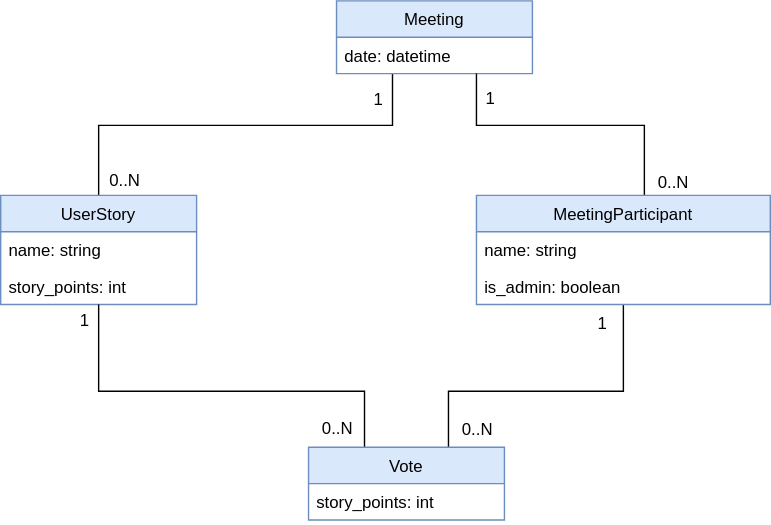
Above: scrum-poker/docs/UML.svg in lotcz/nova-nette-presentation (draw.io), before the change. Source tidied: cells renumbered, new cells last; positions are measured from the earlier drawing's top-left corner, leaving out a move shared by most shapes.
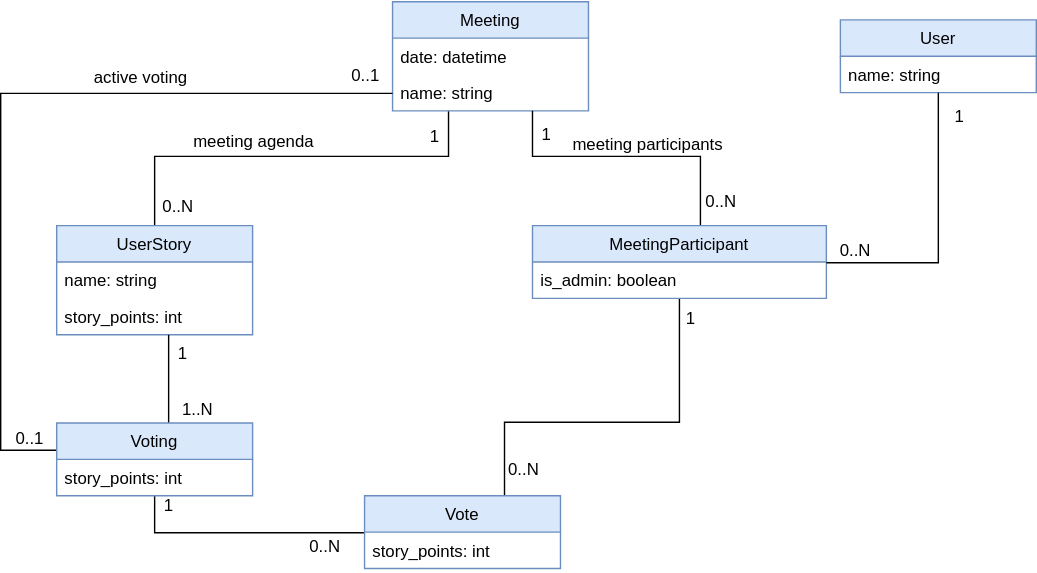
The same diagram one commit later.

Commit message:
use cases and wireframes

Diff of the diagram source:
```diff
@@ -5,14 +5,14 @@
     <mxCell id="2" style="edgeStyle=orthogonalEdgeStyle;rounded=0;jettySize=auto;html=1;endArrow=none;endFill=0;" parent="1" edge="1" source="5" target="16">
       <mxGeometry relative="1" as="geometry">
         <Array as="points">
-          <mxPoint x="70" y="89" />
-          <mxPoint x="280" y="89" />
+          <mxPoint x="10" y="105.5" />
+          <mxPoint x="220" y="105.5" />
         </Array>
       </mxGeometry>
     </mxCell>
     <mxCell id="3" value="0..N" style="text;html=1;align=center;verticalAlign=middle;labelBackgroundColor=#ffffff;" parent="2" vertex="1">
       <mxGeometry x="-0.71" relative="1" as="geometry">
-        <mxPoint x="18" y="32.5" as="offset" />
+        <mxPoint x="16" y="27.5" as="offset" />
       </mxGeometry>
     </mxCell>
     <mxCell id="4" value="1" style="text;html=1;align=center;verticalAlign=middle;labelBackgroundColor=#ffffff;" parent="2" vertex="1">
@@ -20,8 +20,13 @@
         <mxPoint x="-11" y="-8.5" as="offset" />
       </mxGeometry>
     </mxCell>
+    <mxCell id="24" value="meeting agenda" style="text;html=1;align=center;verticalAlign=middle;labelBackgroundColor=#ffffff;" parent="2" vertex="1">
+      <mxGeometry x="0.18" y="-3" relative="1" as="geometry">
+        <mxPoint x="-52" y="-15" as="offset" />
+      </mxGeometry>
+    </mxCell>
     <mxCell id="5" value="UserStory" style="swimlane;fontStyle=0;horizontal=1;startSize=26;fillColor=#dae8fc;strokeColor=#6c8ebf;" parent="1" vertex="1">
-      <mxGeometry y="139" width="140" height="78" as="geometry" />
+      <mxGeometry x="-60" y="155.5" width="140" height="78" as="geometry" />
     </mxCell>
     <mxCell id="6" value="name: string" style="text;strokeColor=none;fillColor=none;align=left;verticalAlign=top;spacingLeft=4;spacingRight=4;overflow=hidden;" parent="5" vertex="1">
       <mxGeometry y="26" width="140" height="26" as="geometry" />
@@ -29,59 +34,61 @@
     <mxCell id="7" value="story_points: int" style="text;strokeColor=none;fillColor=none;align=left;verticalAlign=top;spacingLeft=4;spacingRight=4;overflow=hidden;" parent="5" vertex="1">
       <mxGeometry y="52" width="140" height="26" as="geometry" />
     </mxCell>
-    <mxCell id="8" style="edgeStyle=orthogonalEdgeStyle;rounded=0;jettySize=auto;html=1;endArrow=none;endFill=0;" parent="1" edge="1" source="14" target="5">
+    <mxCell id="8" style="edgeStyle=orthogonalEdgeStyle;rounded=0;jettySize=auto;html=1;endArrow=none;endFill=0;" parent="1" edge="1" source="14" target="34">
       <mxGeometry relative="1" as="geometry">
         <Array as="points">
-          <mxPoint x="260" y="279" />
-          <mxPoint x="70" y="279" />
+          <mxPoint x="10" y="374.5" />
         </Array>
       </mxGeometry>
     </mxCell>
     <mxCell id="9" value="1" style="text;html=1;align=center;verticalAlign=middle;labelBackgroundColor=#ffffff;" parent="8" vertex="1">
       <mxGeometry x="0.9" y="2" relative="1" as="geometry">
-        <mxPoint x="-8" y="-4.5" as="offset" />
+        <mxPoint x="12" y="-4" as="offset" />
       </mxGeometry>
     </mxCell>
     <mxCell id="10" value="0..N" style="text;html=1;align=center;verticalAlign=middle;labelBackgroundColor=#ffffff;" parent="8" vertex="1">
       <mxGeometry x="-0.87" y="3" relative="1" as="geometry">
-        <mxPoint x="-17" y="4" as="offset" />
+        <mxPoint x="-18" y="5" as="offset" />
       </mxGeometry>
     </mxCell>
     <mxCell id="11" style="edgeStyle=orthogonalEdgeStyle;rounded=0;jettySize=auto;html=1;endArrow=none;endFill=0;" parent="1" edge="1" source="14" target="21">
       <mxGeometry relative="1" as="geometry">
         <Array as="points">
-          <mxPoint x="320" y="279" />
-          <mxPoint x="445" y="279" />
+          <mxPoint x="260" y="295.5" />
+          <mxPoint x="385" y="295.5" />
         </Array>
       </mxGeometry>
     </mxCell>
     <mxCell id="12" value="1" style="text;html=1;align=center;verticalAlign=middle;labelBackgroundColor=#ffffff;" parent="11" vertex="1">
       <mxGeometry x="0.92" y="3" relative="1" as="geometry">
-        <mxPoint x="-12" y="3.5" as="offset" />
+        <mxPoint x="11" y="2" as="offset" />
       </mxGeometry>
     </mxCell>
     <mxCell id="13" value="0..N" style="text;html=1;align=center;verticalAlign=middle;labelBackgroundColor=#ffffff;" parent="11" vertex="1">
       <mxGeometry x="-0.87" y="1" relative="1" as="geometry">
-        <mxPoint x="21" y="1.5" as="offset" />
+        <mxPoint x="14" y="-2.5" as="offset" />
       </mxGeometry>
     </mxCell>
     <mxCell id="14" value="Vote" style="swimlane;fontStyle=0;horizontal=1;startSize=26;fillColor=#dae8fc;strokeColor=#6c8ebf;" parent="1" vertex="1">
-      <mxGeometry x="220" y="319" width="140" height="52" as="geometry" />
+      <mxGeometry x="160" y="348.5" width="140" height="52" as="geometry" />
     </mxCell>
     <mxCell id="15" value="story_points: int" style="text;strokeColor=none;fillColor=none;align=left;verticalAlign=top;spacingLeft=4;spacingRight=4;overflow=hidden;" parent="14" vertex="1">
       <mxGeometry y="26" width="140" height="26" as="geometry" />
     </mxCell>
     <mxCell id="16" value="Meeting" style="swimlane;fontStyle=0;horizontal=1;startSize=26;fillColor=#dae8fc;strokeColor=#6c8ebf;" parent="1" vertex="1">
-      <mxGeometry x="240" width="140" height="52" as="geometry" />
+      <mxGeometry x="180" y="-4.5" width="140" height="78" as="geometry" />
     </mxCell>
     <mxCell id="17" value="date: datetime" style="text;strokeColor=none;fillColor=none;align=left;verticalAlign=top;spacingLeft=4;spacingRight=4;overflow=hidden;" parent="16" vertex="1">
       <mxGeometry y="26" width="140" height="26" as="geometry" />
     </mxCell>
+    <mxCell id="25" value="name: string" style="text;strokeColor=none;fillColor=none;align=left;verticalAlign=top;spacingLeft=4;spacingRight=4;overflow=hidden;points=[[0,0.5],[1,0.5]];portConstraint=eastwest;" parent="16" vertex="1">
+      <mxGeometry y="52" width="140" height="26" as="geometry" />
+    </mxCell>
     <mxCell id="18" style="edgeStyle=orthogonalEdgeStyle;rounded=0;jettySize=auto;html=1;endArrow=none;endFill=0;" parent="1" edge="1" source="21" target="16">
       <mxGeometry relative="1" as="geometry">
         <Array as="points">
-          <mxPoint x="460" y="89" />
-          <mxPoint x="340" y="89" />
+          <mxPoint x="400" y="105.5" />
+          <mxPoint x="280" y="105.5" />
         </Array>
       </mxGeometry>
     </mxCell>
@@ -92,17 +99,89 @@
     </mxCell>
     <mxCell id="20" value="0..N" style="text;html=1;align=center;verticalAlign=middle;labelBackgroundColor=#ffffff;" parent="18" vertex="1">
       <mxGeometry x="-0.96" y="-2" relative="1" as="geometry">
-        <mxPoint x="18" y="-6" as="offset" />
+        <mxPoint x="12" y="-14" as="offset" />
       </mxGeometry>
     </mxCell>
+    <mxCell id="26" value="meeting participants" style="text;html=1;align=center;verticalAlign=middle;labelBackgroundColor=#ffffff;" parent="18" vertex="1">
+      <mxGeometry x="-0.53" y="27" relative="1" as="geometry">
+        <mxPoint x="-11" y="-12.5" as="offset" />
+      </mxGeometry>
+    </mxCell>
     <mxCell id="21" value="MeetingParticipant" style="swimlane;fontStyle=0;horizontal=1;startSize=26;fillColor=#dae8fc;strokeColor=#6c8ebf;" parent="1" vertex="1">
-      <mxGeometry x="340" y="139" width="210" height="78" as="geometry" />
+      <mxGeometry x="280" y="155.5" width="210" height="52" as="geometry" />
     </mxCell>
-    <mxCell id="22" value="name: string" style="text;strokeColor=none;fillColor=none;align=left;verticalAlign=top;spacingLeft=4;spacingRight=4;overflow=hidden;" parent="21" vertex="1">
-      <mxGeometry y="26" width="210" height="26" as="geometry" />
-    </mxCell>
     <mxCell id="23" value="is_admin: boolean" style="text;strokeColor=none;fillColor=none;align=left;verticalAlign=top;spacingLeft=4;spacingRight=4;overflow=hidden;" parent="21" vertex="1">
-      <mxGeometry y="52" width="210" height="26" as="geometry" />
+      <mxGeometry y="26" width="210" height="26" as="geometry" />
     </mxCell>
+    <mxCell id="27" style="edgeStyle=orthogonalEdgeStyle;rounded=0;html=1;jettySize=auto;endArrow=none;endFill=0;" parent="1" edge="1" source="25" target="34">
+      <mxGeometry relative="1" as="geometry">
+        <Array as="points">
+          <mxPoint x="-100" y="60.5" />
+          <mxPoint x="-100" y="315.5" />
+        </Array>
+      </mxGeometry>
+    </mxCell>
+    <mxCell id="28" value="0..1&lt;br&gt;" style="text;html=1;align=center;verticalAlign=middle;labelBackgroundColor=#ffffff;" parent="27" vertex="1">
+      <mxGeometry x="-0.89" relative="1" as="geometry">
+        <mxPoint x="13" y="-13.5" as="offset" />
+      </mxGeometry>
+    </mxCell>
+    <mxCell id="29" value="0..1" style="text;html=1;align=center;verticalAlign=middle;labelBackgroundColor=#ffffff;" parent="27" vertex="1">
+      <mxGeometry x="0.91" y="1" relative="1" as="geometry">
+        <mxPoint x="7" y="-9" as="offset" />
+      </mxGeometry>
+    </mxCell>
+    <mxCell id="30" value="active voting" style="text;html=1;align=center;verticalAlign=middle;labelBackgroundColor=#ffffff;" parent="27" vertex="1">
+      <mxGeometry x="-0.49" y="-3" relative="1" as="geometry">
+        <mxPoint x="-32" y="-10" as="offset" />
+      </mxGeometry>
+    </mxCell>
+    <mxCell id="31" style="edgeStyle=orthogonalEdgeStyle;rounded=0;html=1;jettySize=auto;endArrow=none;endFill=0;" parent="1" edge="1" source="34" target="5">
+      <mxGeometry relative="1" as="geometry">
+        <Array as="points">
+          <mxPoint x="20" y="255.5" />
+          <mxPoint x="20" y="255.5" />
+        </Array>
+      </mxGeometry>
+    </mxCell>
+    <mxCell id="32" value="1" style="text;html=1;align=center;verticalAlign=middle;labelBackgroundColor=#ffffff;" parent="31" vertex="1">
+      <mxGeometry x="0.38" y="-1" relative="1" as="geometry">
+        <mxPoint x="9" y="-8" as="offset" />
+      </mxGeometry>
+    </mxCell>
+    <mxCell id="33" value="1..N" style="text;html=1;align=center;verticalAlign=middle;labelBackgroundColor=#ffffff;" parent="31" vertex="1">
+      <mxGeometry x="-0.56" y="23" relative="1" as="geometry">
+        <mxPoint x="43" y="3" as="offset" />
+      </mxGeometry>
+    </mxCell>
+    <mxCell id="34" value="Voting" style="swimlane;fontStyle=0;horizontal=1;startSize=26;fillColor=#dae8fc;strokeColor=#6c8ebf;" parent="1" vertex="1">
+      <mxGeometry x="-60" y="296.5" width="140" height="52" as="geometry" />
+    </mxCell>
+    <mxCell id="35" value="story_points: int" style="text;strokeColor=none;fillColor=none;align=left;verticalAlign=top;spacingLeft=4;spacingRight=4;overflow=hidden;" parent="34" vertex="1">
+      <mxGeometry y="26" width="140" height="26" as="geometry" />
+    </mxCell>
+    <mxCell id="36" value="User" style="swimlane;fontStyle=0;horizontal=1;startSize=26;fillColor=#dae8fc;strokeColor=#6c8ebf;" parent="1" vertex="1">
+      <mxGeometry x="500" y="8.5" width="140" height="52" as="geometry" />
+    </mxCell>
+    <mxCell id="37" value="name: string" style="text;strokeColor=none;fillColor=none;align=left;verticalAlign=top;spacingLeft=4;spacingRight=4;overflow=hidden;points=[[0,0.5],[1,0.5]];portConstraint=eastwest;" parent="36" vertex="1">
+      <mxGeometry y="26" width="140" height="26" as="geometry" />
+    </mxCell>
+    <mxCell id="38" style="edgeStyle=orthogonalEdgeStyle;rounded=0;html=1;endArrow=none;endFill=0;jettySize=auto;" parent="1" edge="1" source="37" target="21">
+      <mxGeometry relative="1" as="geometry">
+        <Array as="points">
+          <mxPoint x="570" y="181.5" />
+        </Array>
+      </mxGeometry>
+    </mxCell>
+    <mxCell id="39" value="1" style="text;html=1;align=center;verticalAlign=middle;labelBackgroundColor=#ffffff;" parent="38" vertex="1">
+      <mxGeometry x="-0.77" y="6" relative="1" as="geometry">
+        <mxPoint x="9" y="-7" as="offset" />
+      </mxGeometry>
+    </mxCell>
+    <mxCell id="40" value="0..N" style="text;html=1;align=center;verticalAlign=middle;labelBackgroundColor=#ffffff;" parent="38" vertex="1">
+      <mxGeometry x="0.78" relative="1" as="geometry">
+        <mxPoint x="-2" y="-10" as="offset" />
+      </mxGeometry>
+    </mxCell>
   </root>
 </mxGraphModel>
```
